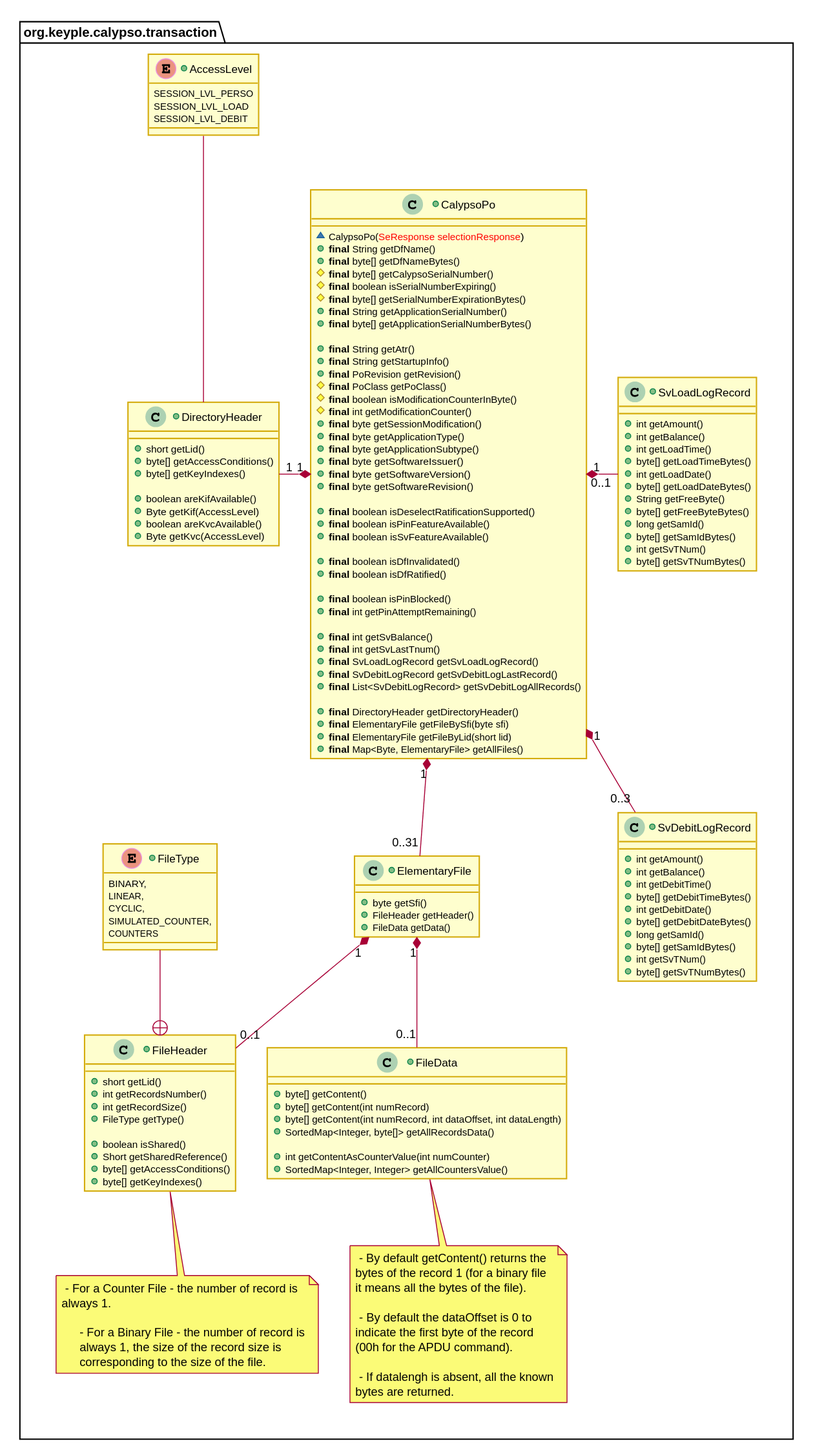
The PlantUML diagram docs/KeypleCalypsoApi/Application/img/KeypleCalypso_ApplicationApi_ClassDiag_Transaction_CalypsoPo_0_9_0.svg in calypsonet/keyple, before a commit. Source of this version:
```plantuml
@startuml
skinparam ClassBorderColor #D4AC0D
skinparam stereotypeABorderColor #A9DCDF
skinparam stereotypeIBorderColor #B4A7E5
skinparam stereotypeCBorderColor #ADD1B2
skinparam stereotypeEBorderColor #EB93DF
skinparam shadowing false

skinparam StateBorderColor #D4AC0D
skinparam ActivityBorderColor #D4AC0D

skinparam ClassBackgroundColor<<red>> #FDEDEC
skinparam ClassBorderColor<<red>> #E74C3C
hide <<red>> stereotype
skinparam ClassBackgroundColor<<purple>> #F4ECF7
skinparam ClassBorderColor<<purple>> #8E44AD
hide <<purple>> stereotype
skinparam ClassBackgroundColor<<blue>> #EBF5FB
skinparam ClassBorderColor<<blue>> #3498DB
hide <<blue>> stereotype
skinparam ClassBackgroundColor<<green>> #EAFAF1
skinparam ClassBorderColor<<green>> #2ECC71
hide <<green>> stereotype

skinparam ClassBackgroundColor<<orange>> #FDF2E9
skinparam ClassBorderColor<<orange>> #E67E22
hide <<orange>> stereotype

skinparam ClassBackgroundColor<<grey>> #EAECEE
skinparam ClassBorderColor<<grey>> #2C3E50
hide <<grey>> stereotype

package org.keyple.calypso.transaction #FFFFFF {
+class CalypsoPo {
  ~CalypsoPo(<color:red>SeResponse selectionResponse</color>)
  +<b>final</b> String getDfName()
  +<b>final</b> byte[] getDfNameBytes()
  #<b>final</b> byte[] getCalypsoSerialNumber()
  #<b>final</b> boolean isSerialNumberExpiring()
  #<b>final</b> byte[] getSerialNumberExpirationBytes()
  +<b>final</b> String getApplicationSerialNumber()
  +<b>final</b> byte[] getApplicationSerialNumberBytes()

  +<b>final</b> String getAtr()
  +<b>final</b> String getStartupInfo()
  +<b>final</b> PoRevision getRevision()
  #<b>final</b> PoClass getPoClass()
  #<b>final</b> boolean isModificationCounterInByte()
  #<b>final</b> int getModificationCounter()
  +<b>final</b> byte getSessionModification()
  +<b>final</b> byte getApplicationType()
  +<b>final</b> byte getApplicationSubtype()
  +<b>final</b> byte getSoftwareIssuer()
  +<b>final</b> byte getSoftwareVersion()
  +<b>final</b> byte getSoftwareRevision()

  +<b>final</b> boolean isDeselectRatificationSupported()
  +<b>final</b> boolean isPinFeatureAvailable()
  +<b>final</b> boolean isSvFeatureAvailable()

  +<b>final</b> boolean isDfInvalidated()
  +<b>final</b> boolean isDfRatified()

  +<b>final</b> boolean isPinBlocked()
  +<b>final</b> int getPinAttemptRemaining()

  +<b>final</b> int getSvBalance()
  +<b>final</b> int getSvLastTnum()
  +<b>final</b> SvLoadLogRecord getSvLoadLogRecord()
  +<b>final</b> SvDebitLogRecord getSvDebitLogLastRecord()
  +<b>final</b> List<SvDebitLogRecord> getSvDebitLogAllRecords()

  +<b>final</b> DirectoryHeader getDirectoryHeader()
  +<b>final</b> ElementaryFile getFileBySfi(byte sfi)
  +<b>final</b> ElementaryFile getFileByLid(short lid)
  +<b>final</b> Map<Byte, ElementaryFile> getAllFiles()
}
+enum AccessLevel {
  SESSION_LVL_PERSO
  SESSION_LVL_LOAD
  SESSION_LVL_DEBIT
}

+class DirectoryHeader {
  +short getLid()
  +byte[] getAccessConditions()
  +byte[] getKeyIndexes()

  +boolean areKifAvailable()
  +Byte getKif(AccessLevel)
  +boolean areKvcAvailable()
  +Byte getKvc(AccessLevel)
}

  AccessLevel -down- DirectoryHeader


  together {
+class SvLoadLogRecord {
  +int getAmount()
  +int getBalance()
  +int getLoadTime()
  +byte[] getLoadTimeBytes()
  +int getLoadDate()
  +byte[] getLoadDateBytes()
  +String getFreeByte()
  +byte[] getFreeByteBytes()
  +long getSamId()
  +byte[] getSamIdBytes()
  +int getSvTNum()
  +byte[] getSvTNumBytes()
}

+class SvDebitLogRecord {
  +int getAmount()
  +int getBalance()
  +int getDebitTime()
  +byte[] getDebitTimeBytes()
  +int getDebitDate()
  +byte[] getDebitDateBytes()
  +long getSamId()
  +byte[] getSamIdBytes()
  +int getSvTNum()
  +byte[] getSvTNumBytes()
}
    SvLoadLogRecord -[hidden]down-> SvDebitLogRecord
  }

  together {
+class ElementaryFile {
  +byte getSfi()
  +FileHeader getHeader()
  +FileData getData()
}

note as N1
   - For a Counter File - the number of record is
  always 1.

       - For a Binary File - the number of record is
       always 1, the size of the record size is
       corresponding to the size of the file.
    end note

    +enum FileType {
      BINARY,
      LINEAR,
      CYCLIC,
      SIMULATED_COUNTER,
      COUNTERS
    }

    +class FileHeader {
      +short getLid()
      +int getRecordsNumber()
      +int getRecordSize()
      +FileType getType()

      +boolean isShared()
      +Short getSharedReference()
      +byte[] getAccessConditions()
      +byte[] getKeyIndexes()
    }

    note as N2
       - By default getContent() returns the
      bytes of the record 1 (for a binary file
      it means all the bytes of the file).

       - By default the dataOffset is 0 to
      indicate the first byte of the record
      (00h for the APDU command).

       - If datalengh is absent, all the known
      bytes are returned.
    end note

    +class FileData {
      +byte[] getContent()
      +byte[] getContent(int numRecord)
      +byte[] getContent(int numRecord, int dataOffset, int dataLength)
      +SortedMap<Integer, byte[]> getAllRecordsData()

      +int getContentAsCounterValue(int numCounter)
      +SortedMap<Integer, Integer> getAllCountersValue()
    }
    FileType --+ FileHeader

    ElementaryFile "1" *-- "0..1" FileHeader
    ElementaryFile "1" *-down- "0..1" FileData
    FileHeader -[hidden]right--> FileData

    FileHeader .down. N1
    FileData .down. N2
  }

  CalypsoPo "1" *-left- "1" DirectoryHeader
  CalypsoPo "1 " *-right- " 0..1" SvLoadLogRecord
  CalypsoPo "1" *-- "0..3" SvDebitLogRecord
  CalypsoPo "1" *-down- "0..31" ElementaryFile
}
@enduml
```
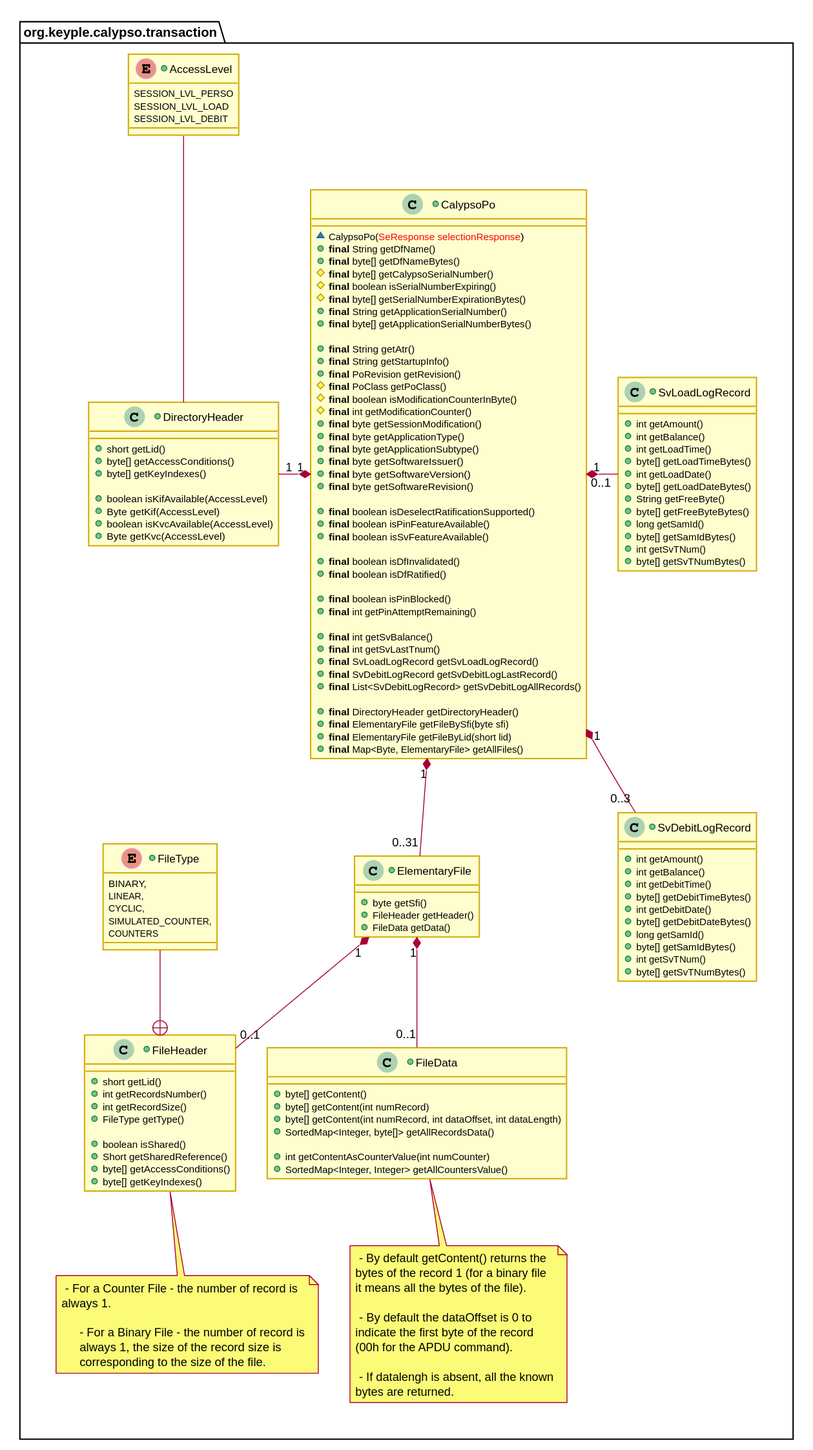
The same file after the commit.

Change to the diagram source:
```diff
@@ -86,9 +86,9 @@
   +byte[] getAccessConditions()
   +byte[] getKeyIndexes()
 
-  +boolean areKifAvailable()
+  +boolean isKifAvailable(AccessLevel)
   +Byte getKif(AccessLevel)
-  +boolean areKvcAvailable()
+  +boolean isKvcAvailable(AccessLevel)
   +Byte getKvc(AccessLevel)
 }
 
```
